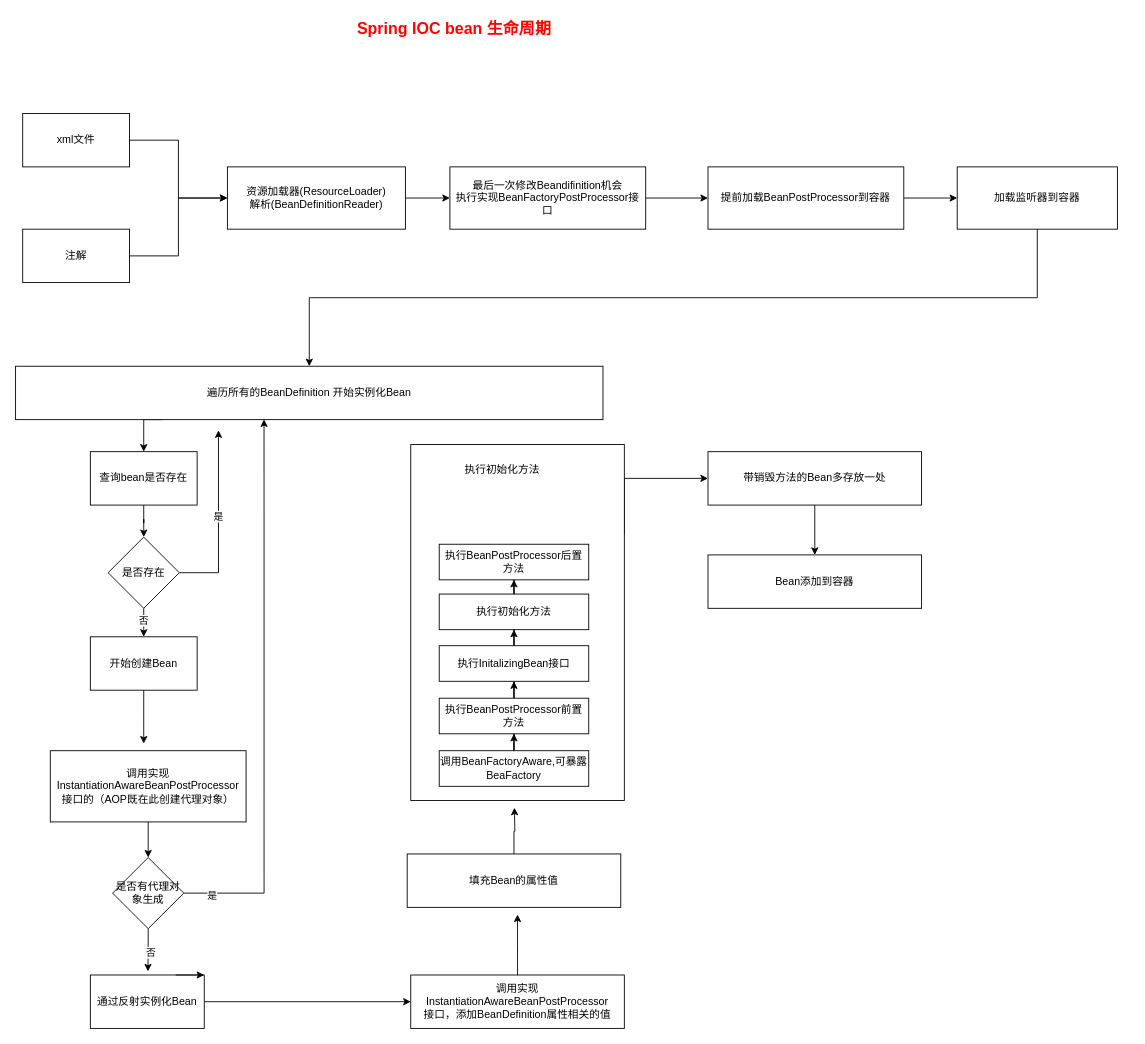
Before: java/未命名绘图.drawio in Mr-chenyu-NJ/draw, a draw.io diagram. Source tidied: cells renumbered, new cells numbered last; positions are measured from the earlier drawing's top-left corner, leaving out a move shared by most shapes. Both pictures are drawn from the tidied source at 89%, with x=0, y=0 at pixel (15, 15).
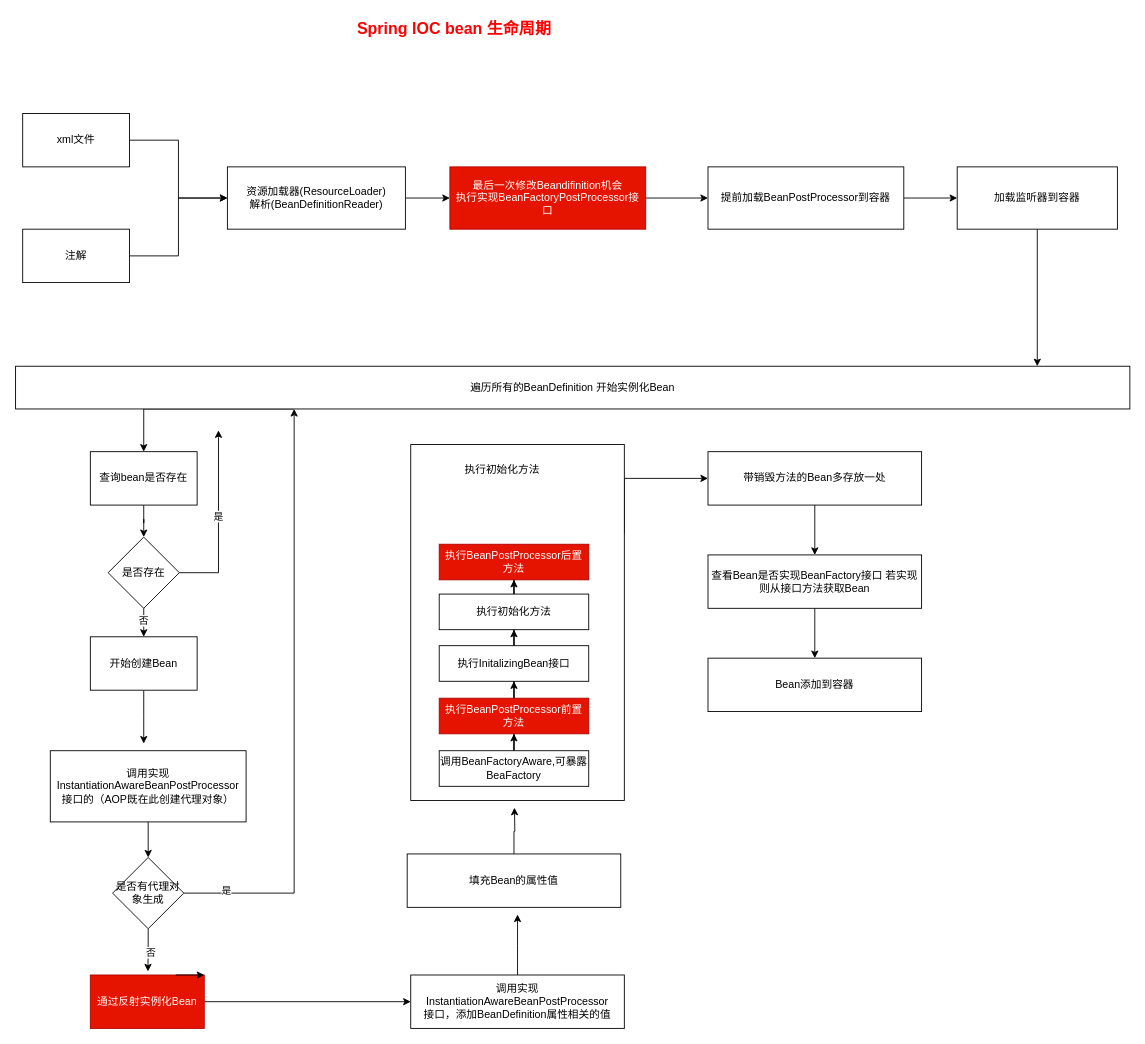
The same diagram, later.

Commit message:
更新未命名绘图.drawio

The change refers to these unchanged cells:
```xml
<mxCell id="14" value="加载监听器到容器" style="rounded=0;whiteSpace=wrap;html=1;" parent="1" vertex="1">
  <mxGeometry x="1058" y="170" width="180" height="70" as="geometry" />
</mxCell>
<mxCell id="16" value="查询bean是否存在" style="rounded=0;whiteSpace=wrap;html=1;" parent="1" vertex="1">
  <mxGeometry x="84" y="490" width="120" height="60" as="geometry" />
</mxCell>
```

The edit, as a diff of the source:
```diff
@@
-    <mxCell id="10" value="&lt;div&gt;最后一次修改Beandifinition机会&lt;/div&gt;执行实现BeanFactoryPostProcessor接口" style="rounded=0;whiteSpace=wrap;html=1;" parent="1" vertex="1">
+    <mxCell id="10" value="&lt;div&gt;最后一次修改Beandifinition机会&lt;/div&gt;执行实现BeanFactoryPostProcessor接口" style="rounded=0;whiteSpace=wrap;html=1;fillColor=#e51400;fontColor=#ffffff;strokeColor=#B20000;" parent="1" vertex="1">
       <mxGeometry x="488" y="170" width="220" height="70" as="geometry" />
     </mxCell>
@@
-    <mxCell id="13" style="edgeStyle=orthogonalEdgeStyle;rounded=0;jettySize=auto;html=1;exitX=0.5;exitY=1;exitDx=0;exitDy=0;entryX=0.5;entryY=0;entryDx=0;entryDy=0;" parent="1" edge="1" source="14" target="23">
-      <mxGeometry relative="1" as="geometry" />
+    <mxCell id="13" style="edgeStyle=orthogonalEdgeStyle;rounded=0;jettySize=auto;html=1;exitX=0.5;exitY=1;exitDx=0;exitDy=0;" parent="1" edge="1" source="14" target="23">
+      <mxGeometry relative="1" as="geometry">
+        <Array as="points">
+          <mxPoint x="1124" y="394" />
+          <mxPoint x="1124" y="394" />
+        </Array>
+      </mxGeometry>
     </mxCell>
@@
     <mxCell id="22" style="edgeStyle=orthogonalEdgeStyle;rounded=0;jettySize=auto;html=1;exitX=0.25;exitY=1;exitDx=0;exitDy=0;entryX=0.5;entryY=0;entryDx=0;entryDy=0;" parent="1" edge="1" source="23" target="16">
       <mxGeometry relative="1" as="geometry">
         <Array as="points">
-          <mxPoint x="144" y="454.1" />
+          <mxPoint x="144" y="442.1" />
         </Array>
       </mxGeometry>
     </mxCell>
     <mxCell id="23" value="遍历所有的BeanDefinition 开始实例化Bean" style="rounded=0;whiteSpace=wrap;html=1;" parent="1" vertex="1">
-      <mxGeometry y="394" width="660" height="60" as="geometry" />
+      <mxGeometry y="394" width="1252" height="48" as="geometry" />
     </mxCell>
@@
-    <mxCell id="29" value="通过反射实例化Bean" style="rounded=0;whiteSpace=wrap;html=1;" parent="1" vertex="1">
+    <mxCell id="29" value="通过反射实例化Bean" style="rounded=0;whiteSpace=wrap;html=1;fillColor=#e51400;fontColor=#ffffff;strokeColor=#B20000;" parent="1" vertex="1">
       <mxGeometry x="84" y="1078" width="128" height="60" as="geometry" />
     </mxCell>
@@
-    <mxCell id="32" value="是否有代理对象生成" style="rhombus;whiteSpace=wrap;html=1;shapeInside=1;" parent="1" vertex="1">
-      <mxGeometry x="109" y="946" width="80" height="80" as="geometry" />
-    </mxCell>
-    <mxCell id="33" style="edgeStyle=orthogonalEdgeStyle;rounded=0;jettySize=auto;html=1;exitX=1;exitY=0.5;exitDx=0;exitDy=0;entryX=0.423;entryY=0.995;entryDx=0;entryDy=0;entryPerimeter=0;" parent="1" edge="1" source="32" target="23">
+    <mxCell id="33" style="edgeStyle=orthogonalEdgeStyle;rounded=0;jettySize=auto;html=1;exitX=1;exitY=0.5;exitDx=0;exitDy=0;entryX=0.25;entryY=1;entryDx=0;entryDy=0;" parent="1" edge="1" source="32" target="23">
       <mxGeometry relative="1" as="geometry" />
     </mxCell>
     <mxCell id="34" value="是" style="edgeLabel;html=1;align=center;verticalAlign=middle;" parent="33" vertex="1">
-      <mxGeometry x="-0.9" y="-2" relative="1" as="geometry" />
+      <mxGeometry x="-0.86" y="3" relative="1" as="geometry" />
     </mxCell>
+    <mxCell id="32" value="是否有代理对象生成" style="rhombus;whiteSpace=wrap;html=1;shapeInside=1;" parent="1" vertex="1">
+      <mxGeometry x="109" y="946" width="80" height="80" as="geometry" />
+    </mxCell>
@@
-    <mxCell id="46" value="执行BeanPostProcessor前置方法" style="rounded=0;whiteSpace=wrap;html=1;" parent="1" vertex="1">
+    <mxCell id="46" value="执行BeanPostProcessor前置方法" style="rounded=0;whiteSpace=wrap;html=1;fillColor=#e51400;fontColor=#ffffff;strokeColor=#B20000;" parent="1" vertex="1">
       <mxGeometry x="476" y="767" width="168" height="40" as="geometry" />
     </mxCell>
@@
-    <mxCell id="51" value="执行BeanPostProcessor后置方法" style="rounded=0;whiteSpace=wrap;html=1;" parent="1" vertex="1">
+    <mxCell id="51" value="执行BeanPostProcessor后置方法" style="rounded=0;whiteSpace=wrap;html=1;fillColor=#e51400;fontColor=#ffffff;strokeColor=#B20000;" parent="1" vertex="1">
       <mxGeometry x="476" y="594" width="168" height="40" as="geometry" />
     </mxCell>
@@
+    <mxCell id="55" style="edgeStyle=orthogonalEdgeStyle;rounded=0;jettySize=auto;html=1;exitX=0.5;exitY=1;exitDx=0;exitDy=0;entryX=0.5;entryY=0;entryDx=0;entryDy=0;" parent="1" edge="1" source="54" target="56">
+      <mxGeometry relative="1" as="geometry" />
+    </mxCell>
-    <mxCell id="54" value="Bean添加到容器" style="rounded=0;whiteSpace=wrap;html=1;" parent="1" vertex="1">
+    <mxCell id="54" value="查看Bean是否实现BeanFactory接口 若实现则从接口方法获取Bean" style="rounded=0;whiteSpace=wrap;html=1;" parent="1" vertex="1">
       <mxGeometry x="778" y="606" width="240" height="60" as="geometry" />
     </mxCell>
+    <mxCell id="56" value="Bean添加到容器" style="rounded=0;whiteSpace=wrap;html=1;" parent="1" vertex="1">
+      <mxGeometry x="778" y="722" width="240" height="60" as="geometry" />
+    </mxCell>
```
